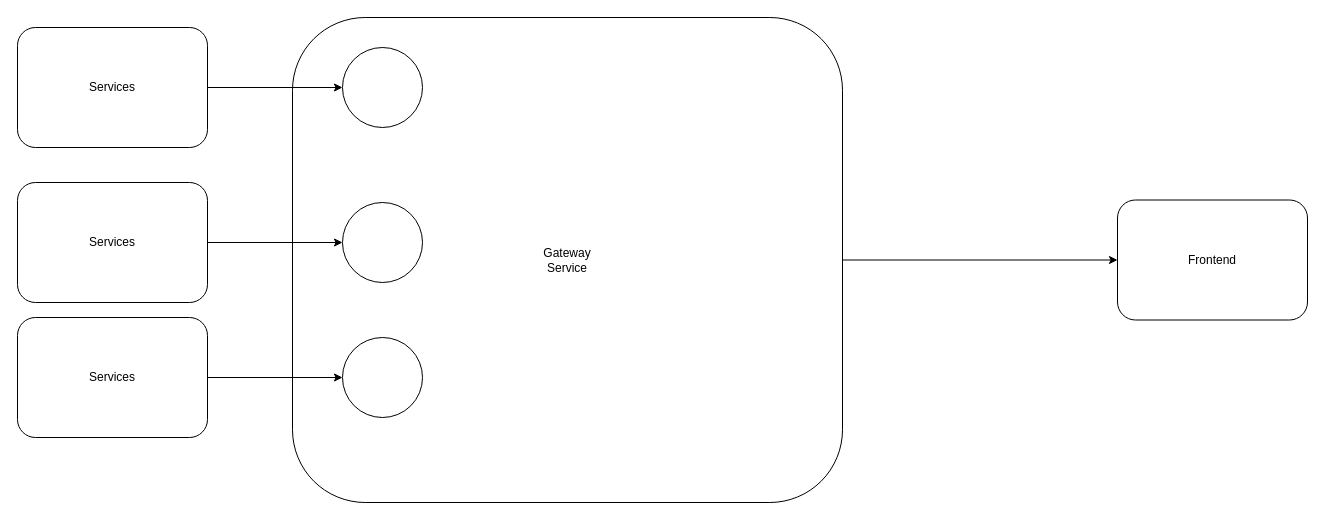
Before: OBS-components.drawio in RobertJohn-/design-onlinebookstore-repo, a draw.io diagram. Source tidied: cells renumbered, new cells numbered last; positions are measured from the earlier drawing's top-left corner, leaving out a move shared by most shapes. Both pictures are drawn from the tidied source at 100%, with x=0, y=0 at pixel (17, 17).
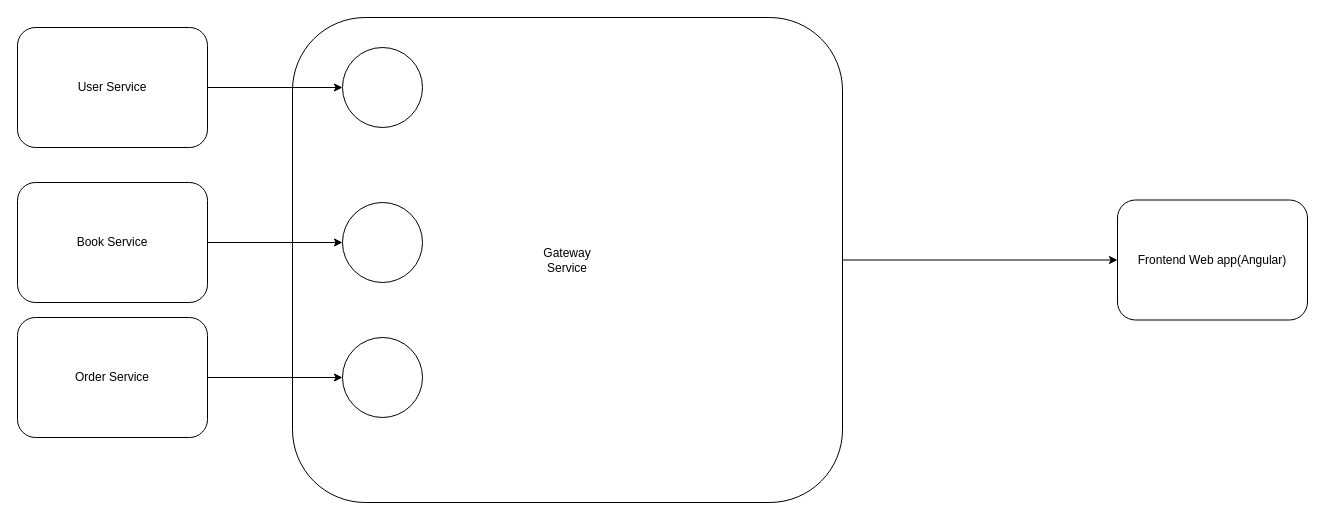
Above is the later version.

The edit, as a diff of the source:
```diff
@@
 <mxGraphModel>
   <root>
     <mxCell id="0" />
     <mxCell id="1" parent="0" />
     <mxCell id="2" value="&lt;div&gt;Gateway&lt;/div&gt;Service" style="rounded=1;whiteSpace=wrap;html=1;" parent="1" vertex="1">
       <mxGeometry x="275" width="550" height="485" as="geometry" />
     </mxCell>
     <mxCell id="3" style="edgeStyle=orthogonalEdgeStyle;rounded=0;jettySize=auto;html=1;" parent="1" edge="1" source="4" target="13">
       <mxGeometry relative="1" as="geometry" />
     </mxCell>
-    <mxCell id="4" value="Services" style="rounded=1;whiteSpace=wrap;html=1;" parent="1" vertex="1">
+    <mxCell id="4" value="User Service" style="rounded=1;whiteSpace=wrap;html=1;" parent="1" vertex="1">
       <mxGeometry y="10" width="190" height="120" as="geometry" />
     </mxCell>
-    <mxCell id="5" value="Frontend" style="rounded=1;whiteSpace=wrap;html=1;" parent="1" vertex="1">
+    <mxCell id="5" value="Frontend Web app(Angular)" style="rounded=1;whiteSpace=wrap;html=1;" parent="1" vertex="1">
       <mxGeometry x="1100" y="182.5" width="190" height="120" as="geometry" />
     </mxCell>
     <mxCell id="6" style="edgeStyle=orthogonalEdgeStyle;rounded=0;jettySize=auto;html=1;" parent="1" edge="1" source="2" target="5">
       <mxGeometry relative="1" as="geometry" />
     </mxCell>
     <mxCell id="7" style="edgeStyle=orthogonalEdgeStyle;rounded=0;jettySize=auto;html=1;" parent="1" edge="1" source="8" target="11">
       <mxGeometry relative="1" as="geometry" />
     </mxCell>
-    <mxCell id="8" value="Services" style="rounded=1;whiteSpace=wrap;html=1;" parent="1" vertex="1">
+    <mxCell id="8" value="Book Service" style="rounded=1;whiteSpace=wrap;html=1;" parent="1" vertex="1">
       <mxGeometry y="165" width="190" height="120" as="geometry" />
     </mxCell>
     <mxCell id="9" style="edgeStyle=orthogonalEdgeStyle;rounded=0;jettySize=auto;html=1;" parent="1" edge="1" source="10" target="12">
       <mxGeometry relative="1" as="geometry" />
     </mxCell>
-    <mxCell id="10" value="Services" style="rounded=1;whiteSpace=wrap;html=1;" parent="1" vertex="1">
+    <mxCell id="10" value="Order&amp;nbsp;&lt;span style=&quot;background-color: initial;&quot;&gt;Service&lt;/span&gt;" style="rounded=1;whiteSpace=wrap;html=1;" parent="1" vertex="1">
       <mxGeometry y="300" width="190" height="120" as="geometry" />
     </mxCell>
     <mxCell id="11" style="ellipse;whiteSpace=wrap;html=1;rounded=1;" parent="1" vertex="1">
       <mxGeometry x="325" y="185" width="80" height="80" as="geometry" />
     </mxCell>
     <mxCell id="12" style="ellipse;whiteSpace=wrap;html=1;rounded=1;" parent="1" vertex="1">
       <mxGeometry x="325" y="320" width="80" height="80" as="geometry" />
     </mxCell>
     <mxCell id="13" style="ellipse;whiteSpace=wrap;html=1;rounded=1;" parent="1" vertex="1">
       <mxGeometry x="325" y="30" width="80" height="80" as="geometry" />
     </mxCell>
   </root>
 </mxGraphModel>
```
